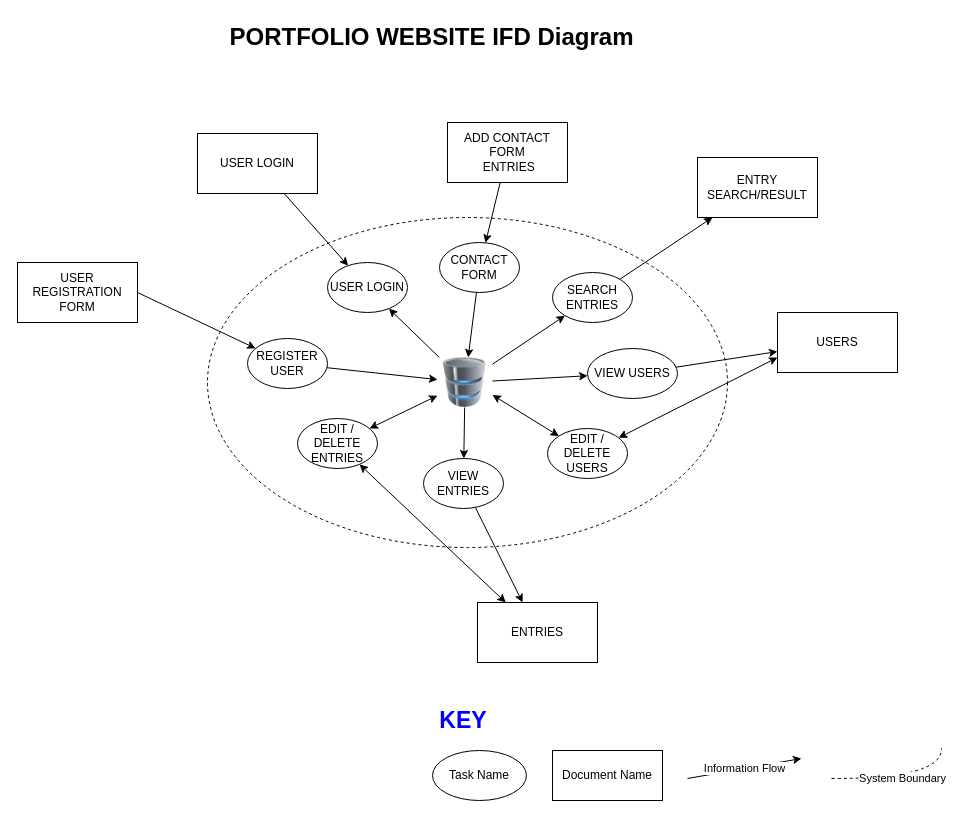
This is Submissions/Assignment01/IFD.drawio from hussainlallani/f20_csfs1030, a draw.io file, before an edit. Source tidied: cells renumbered, new cells numbered last; positions are measured from the earlier drawing's top-left corner, leaving out a move shared by most shapes. Both pictures are drawn from the tidied source at 100%, with x=0, y=0 at pixel (17, 17).
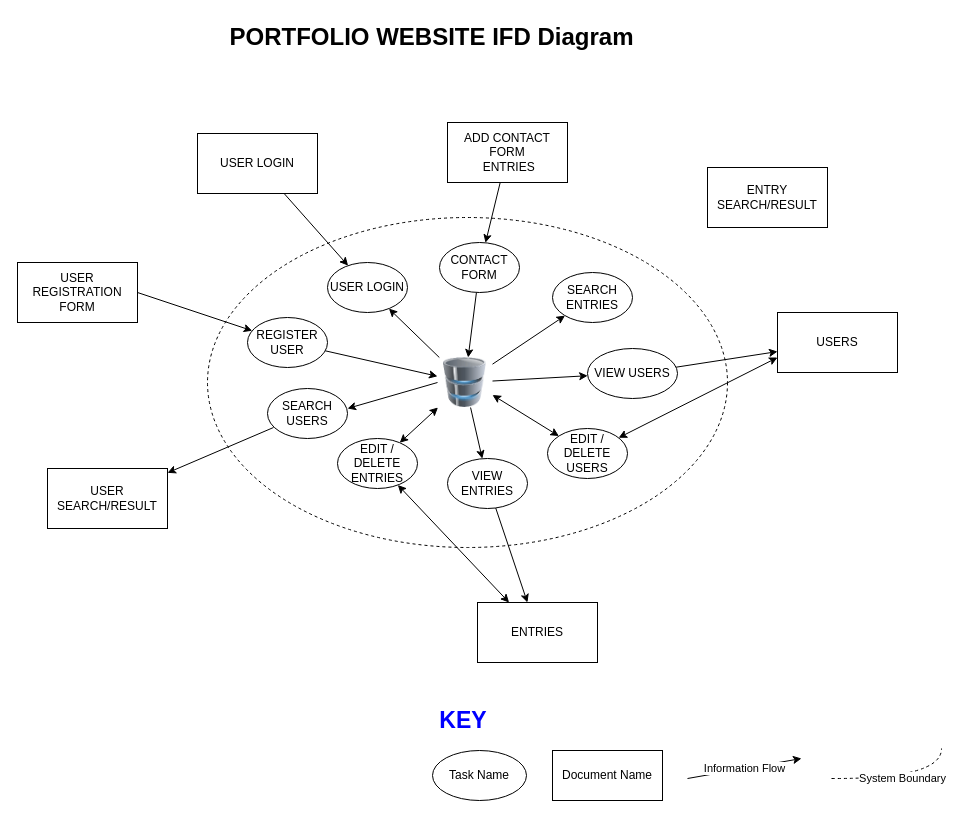
The same page after the edit.

The change refers to these unchanged cells:
```xml
<mxCell id="3" style="image;html=1;image=img/lib/clip_art/computers/Database_128x128.png;dashed=1;" parent="1" vertex="1">
  <mxGeometry x="420" y="340" width="55" height="50" as="geometry" />
</mxCell>
<mxCell id="30" value="SEARCH ENTRIES" style="ellipse;whiteSpace=wrap;html=1;" parent="1" vertex="1">
  <mxGeometry x="535" y="255" width="80" height="50" as="geometry" />
</mxCell>
```

Change to the diagram source:
```diff
@@
-    <mxCell id="4" style="edgeStyle=none;rounded=0;jettySize=auto;html=1;startArrow=classic;startFill=1;endArrow=none;endFill=0;" parent="1" edge="1" source="5" target="30">
+    <mxCell id="4" style="edgeStyle=none;rounded=0;jettySize=auto;html=1;startArrow=classic;startFill=1;endArrow=none;endFill=0;entryX=0.075;entryY=0.78;entryDx=0;entryDy=0;entryPerimeter=0;" parent="1" edge="1" source="5" target="41">
       <mxGeometry relative="1" as="geometry" />
     </mxCell>
-    <mxCell id="5" value="ENTRY SEARCH/RESULT" style="rounded=0;whiteSpace=wrap;html=1;" parent="1" vertex="1">
-      <mxGeometry x="680" y="140" width="120" height="60" as="geometry" />
+    <mxCell id="5" value="USER SEARCH/RESULT" style="rounded=0;whiteSpace=wrap;html=1;" parent="1" vertex="1">
+      <mxGeometry x="30" y="451" width="120" height="60" as="geometry" />
     </mxCell>
@@
     <mxCell id="21" value="EDIT / DELETE ENTRIES" style="ellipse;whiteSpace=wrap;html=1;" parent="1" vertex="1">
-      <mxGeometry x="280" y="401" width="80" height="50" as="geometry" />
+      <mxGeometry x="320" y="421" width="80" height="50" as="geometry" />
     </mxCell>
@@
     <mxCell id="23" value="VIEW ENTRIES" style="ellipse;whiteSpace=wrap;html=1;" parent="1" vertex="1">
-      <mxGeometry x="406" y="441" width="80" height="50" as="geometry" />
+      <mxGeometry x="430" y="441" width="80" height="50" as="geometry" />
     </mxCell>
@@
     <mxCell id="32" value="REGISTER USER" style="ellipse;whiteSpace=wrap;html=1;" parent="1" vertex="1">
-      <mxGeometry x="230" y="321" width="80" height="50" as="geometry" />
+      <mxGeometry x="230" y="300" width="80" height="50" as="geometry" />
     </mxCell>
@@
+    <mxCell id="41" value="SEARCH USERS" style="ellipse;whiteSpace=wrap;html=1;" parent="1" vertex="1">
+      <mxGeometry x="250" y="371" width="80" height="50" as="geometry" />
+    </mxCell>
+    <mxCell id="42" style="edgeStyle=none;rounded=0;jettySize=auto;html=1;startArrow=classic;startFill=1;endArrow=none;endFill=0;entryX=0;entryY=0.5;entryDx=0;entryDy=0;" parent="1" edge="1" target="3">
+      <mxGeometry relative="1" as="geometry">
+        <mxPoint x="330" y="391" as="sourcePoint" />
+      </mxGeometry>
+    </mxCell>
+    <mxCell id="43" value="ENTRY SEARCH/RESULT" style="rounded=0;whiteSpace=wrap;html=1;" parent="1" vertex="1">
+      <mxGeometry x="690" y="150" width="120" height="60" as="geometry" />
+    </mxCell>
```
